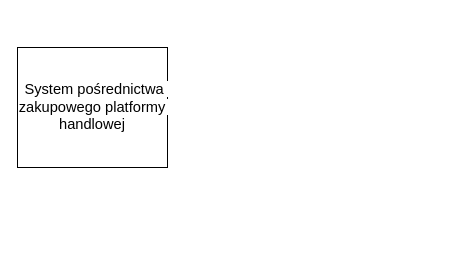
The draw.io diagram DPU/Diagram bez tytułu.drawio in Tarik-Alaiwi-dev/psi, before the edit. Source tidied: cells renumbered, new cells numbered last; positions are measured from the earlier drawing's top-left corner, leaving out a move shared by most shapes. Both pictures are drawn from the tidied source at 100%, with x=0, y=0 at pixel (17, 47).
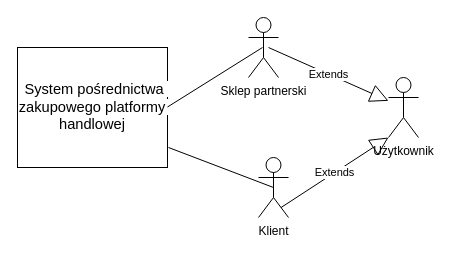
The same page after the edit.

Diff of the diagram source:
```diff
@@
 <mxGraphModel>
   <root>
     <mxCell id="0" />
     <mxCell id="1" parent="0" />
     <mxCell id="2" value="&lt;span style=&quot;-webkit-user-drag: none; -webkit-tap-highlight-color: transparent; margin: 0px; padding: 0px; user-select: text; font-family: Calibri, Calibri_EmbeddedFont, Calibri_MSFontService, sans-serif; font-size: 14.6667px; font-variant-ligatures: none; text-align: left; white-space-collapse: preserve; background-color: rgb(255, 255, 255);&quot; class=&quot;NormalTextRun SCXW131485876 BCX0&quot;&gt; System&lt;/span&gt;&lt;span style=&quot;-webkit-user-drag: none; -webkit-tap-highlight-color: transparent; margin: 0px; padding: 0px; user-select: text; font-family: Calibri, Calibri_EmbeddedFont, Calibri_MSFontService, sans-serif; font-size: 14.6667px; font-variant-ligatures: none; text-align: left; white-space-collapse: preserve; background-color: rgb(255, 255, 255);&quot; class=&quot;NormalTextRun SCXW131485876 BCX0&quot;&gt; pośrednictwa zakupowego&lt;/span&gt;&lt;span style=&quot;-webkit-user-drag: none; -webkit-tap-highlight-color: transparent; margin: 0px; padding: 0px; user-select: text; font-family: Calibri, Calibri_EmbeddedFont, Calibri_MSFontService, sans-serif; font-size: 14.6667px; font-variant-ligatures: none; text-align: left; white-space-collapse: preserve; background-color: rgb(255, 255, 255);&quot; class=&quot;NormalTextRun SCXW131485876 BCX0&quot;&gt; platformy handlowej&lt;/span&gt;" style="rounded=0;whiteSpace=wrap;html=1;" parent="1" vertex="1">
       <mxGeometry width="150" height="120" as="geometry" />
     </mxCell>
+    <mxCell id="3" value="Sklep partnerski" style="shape=umlActor;verticalLabelPosition=bottom;verticalAlign=top;html=1;" parent="1" vertex="1">
+      <mxGeometry x="231" y="-30" width="30" height="60" as="geometry" />
+    </mxCell>
+    <mxCell id="4" style="endArrow=none;html=1;rounded=0;entryX=0.5;entryY=0.5;entryDx=0;entryDy=0;entryPerimeter=0;" parent="1" edge="1">
+      <mxGeometry relative="1" as="geometry">
+        <mxPoint x="150" y="59.5" as="sourcePoint" />
+        <mxPoint x="245" as="targetPoint" />
+      </mxGeometry>
+    </mxCell>
+    <mxCell id="5" value="Extends" style="endArrow=block;endSize=16;endFill=0;html=1;rounded=0;" parent="1" edge="1" target="6">
+      <mxGeometry relative="1" as="geometry">
+        <mxPoint x="251" as="sourcePoint" />
+      </mxGeometry>
+    </mxCell>
+    <mxCell id="6" value="Użytkownik" style="shape=umlActor;verticalLabelPosition=bottom;verticalAlign=top;html=1;" parent="1" vertex="1">
+      <mxGeometry x="371" y="30" width="30" height="60" as="geometry" />
+    </mxCell>
+    <mxCell id="7" value="Klient" style="shape=umlActor;verticalLabelPosition=bottom;verticalAlign=top;html=1;" parent="1" vertex="1">
+      <mxGeometry x="241" y="110" width="30" height="60" as="geometry" />
+    </mxCell>
+    <mxCell id="8" style="endArrow=none;html=1;rounded=0;entryX=0.5;entryY=0.5;entryDx=0;entryDy=0;entryPerimeter=0;" parent="1" edge="1" target="7">
+      <mxGeometry relative="1" as="geometry">
+        <mxPoint x="151" y="100" as="sourcePoint" />
+      </mxGeometry>
+    </mxCell>
+    <mxCell id="9" value="Extends" style="endArrow=block;endSize=16;endFill=0;html=1;rounded=0;entryX=0;entryY=1;entryDx=0;entryDy=0;entryPerimeter=0;exitX=0.748;exitY=0.835;exitDx=0;exitDy=0;exitPerimeter=0;" parent="1" edge="1" source="7" target="6">
+      <mxGeometry relative="1" as="geometry" />
+    </mxCell>
   </root>
 </mxGraphModel>
```
